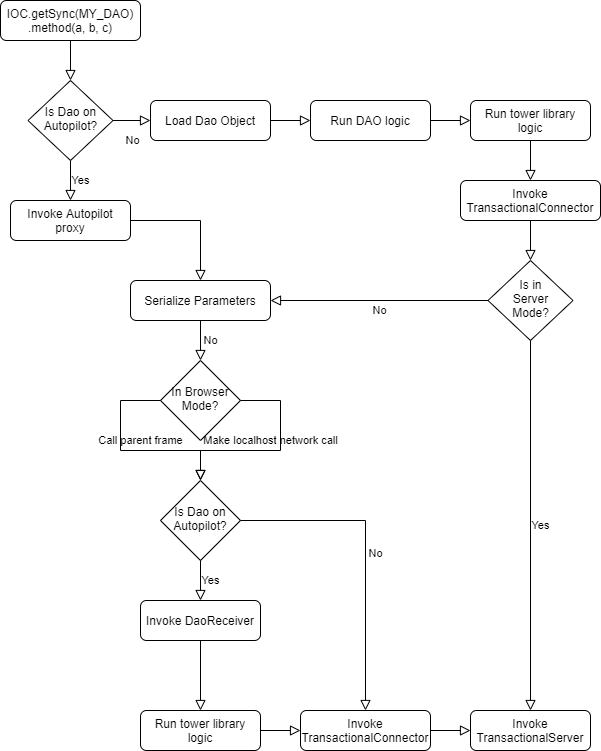
Earlier version of the draw.io export presentations/images/Zero-Code-Configuration.png (beyond-decentralized/AIRport). Source tidied: cells renumbered, new cells last; positions are measured from the earlier drawing's top-left corner, leaving out a move shared by most shapes.
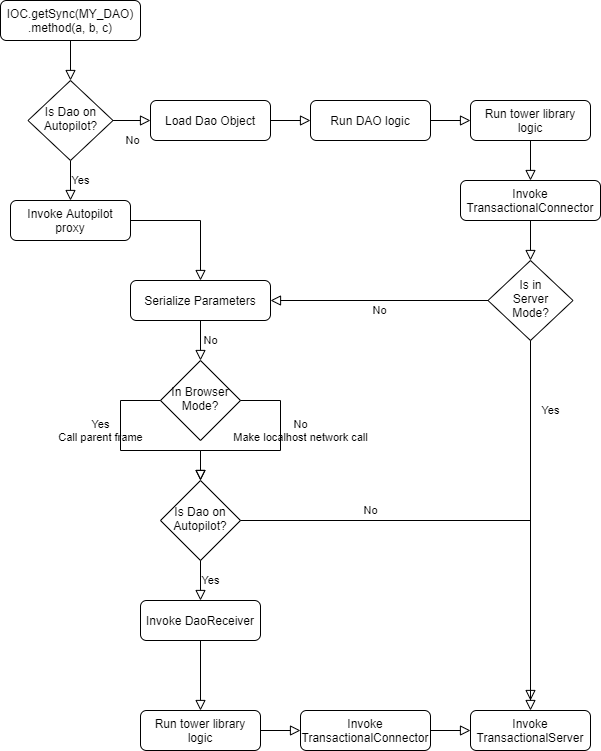
After the change.

Commit message:
Updated Zero Code Configuration diagram.

What changed in the source:
```diff
@@ -39,8 +39,8 @@
         </Array>
       </mxGeometry>
     </mxCell>
-    <mxCell id="13" value="Call parent frame" style="rounded=0;html=1;jettySize=auto;fontSize=11;endArrow=block;endFill=0;endSize=8;strokeWidth=1;shadow=0;labelBackgroundColor=none;edgeStyle=orthogonalEdgeStyle;exitX=0;exitY=0.5;exitDx=0;exitDy=0;entryX=0.5;entryY=0;entryDx=0;entryDy=0;" parent="1" edge="1" source="9" target="20">
-      <mxGeometry x="0.1" y="10" relative="1" as="geometry">
+    <mxCell id="13" value="Yes&lt;br&gt;Call parent frame" style="rounded=0;html=1;jettySize=auto;fontSize=11;endArrow=block;endFill=0;endSize=8;strokeWidth=1;shadow=0;labelBackgroundColor=none;edgeStyle=orthogonalEdgeStyle;exitX=0;exitY=0.5;exitDx=0;exitDy=0;entryX=0.5;entryY=0;entryDx=0;entryDy=0;" parent="1" edge="1" source="9" target="20">
+      <mxGeometry x="-0.3" y="-20" relative="1" as="geometry">
         <Array as="points">
           <mxPoint x="120" y="400" />
           <mxPoint x="120" y="450" />
@@ -48,8 +48,8 @@
         </Array>
       </mxGeometry>
     </mxCell>
-    <mxCell id="14" value="Make localhost network call" style="rounded=0;html=1;jettySize=auto;fontSize=11;endArrow=block;endFill=0;endSize=8;strokeWidth=1;shadow=0;labelBackgroundColor=none;edgeStyle=orthogonalEdgeStyle;exitX=1;exitY=0.5;exitDx=0;exitDy=0;entryX=0.5;entryY=0;entryDx=0;entryDy=0;" parent="1" edge="1" source="9" target="20">
-      <mxGeometry y="-10" relative="1" as="geometry">
+    <mxCell id="14" value="No&lt;br&gt;Make localhost network call" style="rounded=0;html=1;jettySize=auto;fontSize=11;endArrow=block;endFill=0;endSize=8;strokeWidth=1;shadow=0;labelBackgroundColor=none;edgeStyle=orthogonalEdgeStyle;exitX=1;exitY=0.5;exitDx=0;exitDy=0;entryX=0.5;entryY=0;entryDx=0;entryDy=0;" parent="1" edge="1" source="9" target="20">
+      <mxGeometry x="-0.3" y="20" relative="1" as="geometry">
         <Array as="points">
           <mxPoint x="280" y="400" />
           <mxPoint x="280" y="450" />
@@ -90,8 +90,10 @@
     <mxCell id="25" value="Invoke&lt;br&gt;TransactionalServer" style="rounded=1;whiteSpace=wrap;html=1;fontSize=12;glass=0;strokeWidth=1;shadow=0;" parent="1" vertex="1">
       <mxGeometry x="470" y="710" width="120" height="40" as="geometry" />
     </mxCell>
-    <mxCell id="26" value="No" style="edgeStyle=orthogonalEdgeStyle;rounded=0;html=1;jettySize=auto;fontSize=11;endArrow=block;endFill=0;endSize=8;strokeWidth=1;shadow=0;labelBackgroundColor=none;exitX=1;exitY=0.5;exitDx=0;exitDy=0;" parent="1" edge="1" source="20" target="31">
-      <mxGeometry y="10" relative="1" as="geometry" />
+    <mxCell id="26" value="No" style="edgeStyle=orthogonalEdgeStyle;rounded=0;html=1;jettySize=auto;fontSize=11;endArrow=block;endFill=0;endSize=8;strokeWidth=1;shadow=0;labelBackgroundColor=none;exitX=1;exitY=0.5;exitDx=0;exitDy=0;" parent="1" edge="1" source="20">
+      <mxGeometry x="-0.45" y="10" relative="1" as="geometry">
+        <mxPoint x="530" y="700" as="targetPoint" />
+      </mxGeometry>
     </mxCell>
     <mxCell id="27" style="edgeStyle=orthogonalEdgeStyle;rounded=0;html=1;jettySize=auto;fontSize=11;endArrow=block;endFill=0;endSize=8;strokeWidth=1;shadow=0;labelBackgroundColor=none;exitX=1;exitY=0.5;exitDx=0;exitDy=0;entryX=0;entryY=0.5;entryDx=0;entryDy=0;" parent="1" edge="1" source="21" target="31">
       <mxGeometry y="10" relative="1" as="geometry" />
@@ -103,7 +105,7 @@
       <mxGeometry y="10" relative="1" as="geometry" />
     </mxCell>
     <mxCell id="30" value="Yes" style="edgeStyle=orthogonalEdgeStyle;rounded=0;html=1;jettySize=auto;fontSize=11;endArrow=block;endFill=0;endSize=8;strokeWidth=1;shadow=0;labelBackgroundColor=none;exitX=0.5;exitY=1;exitDx=0;exitDy=0;entryX=0.5;entryY=0;entryDx=0;entryDy=0;" parent="1" edge="1" source="28" target="25">
-      <mxGeometry y="10" relative="1" as="geometry" />
+      <mxGeometry x="-0.62" y="20" relative="1" as="geometry" />
     </mxCell>
     <mxCell id="31" value="Invoke TransactionalConnector" style="rounded=1;whiteSpace=wrap;html=1;fontSize=12;glass=0;strokeWidth=1;shadow=0;" parent="1" vertex="1">
       <mxGeometry x="300" y="710" width="130" height="40" as="geometry" />
```
